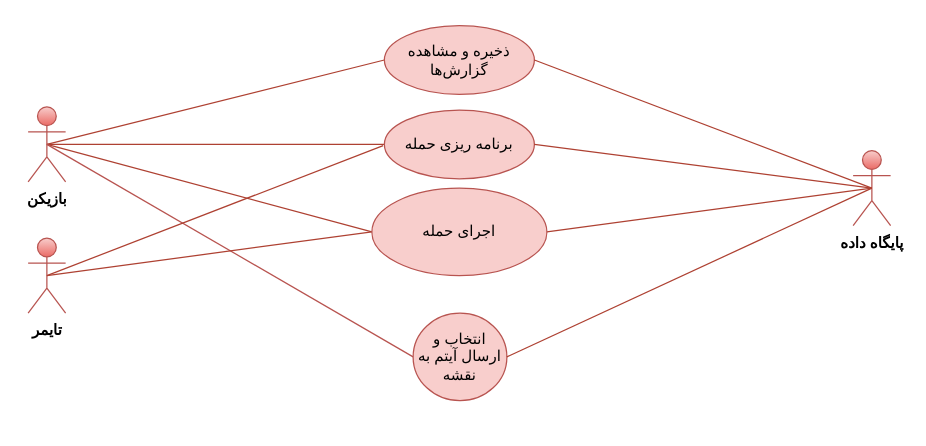
Pooria82/clash-of-clans keeps this draw.io diagram as Defense and Attack/Use Case Diagram.fa.drawio. Above is the earlier version. Source tidied: cells renumbered, new cells numbered last; positions are measured from the earlier drawing's top-left corner, leaving out a move shared by most shapes. Both pictures are drawn from the tidied source at 125%, with x=0, y=0 at pixel (28, 25).
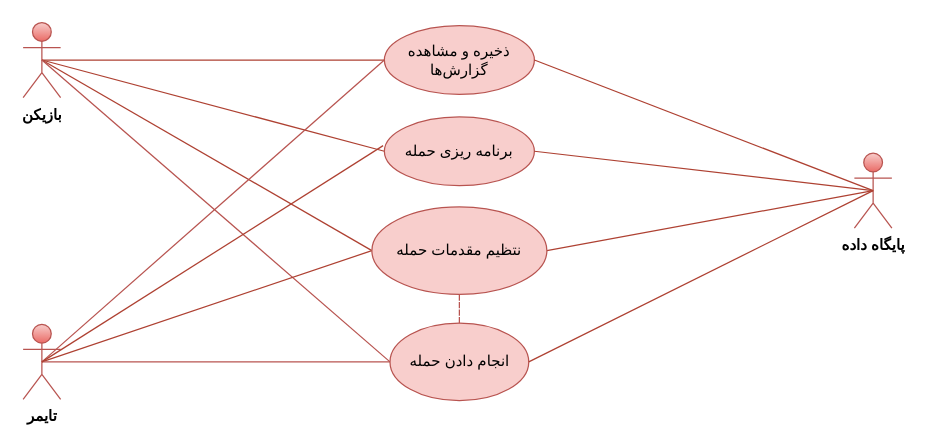
Above is the later version.

The change refers to these unchanged cells:
```xml
<mxCell id="9" value="ذخیره و مشاهده گزارش‌ها" style="ellipse;whiteSpace=wrap;html=1;fillColor=#f8cecc;strokeColor=#b85450;" parent="1" vertex="1">
  <mxGeometry x="285" width="120" height="55" as="geometry" />
</mxCell>
```

The edit, as a diff of the source:
```diff
@@
     <mxCell id="6" value="&lt;b&gt;بازیکن&lt;/b&gt;" style="shape=umlActor;verticalLabelPosition=bottom;verticalAlign=top;html=1;fillColor=#f8cecc;strokeColor=#b85450;gradientColor=#ea6b66;labelBackgroundColor=none;" parent="1" vertex="1">
-      <mxGeometry y="65" width="30" height="60" as="geometry" />
+      <mxGeometry x="-4" y="-2.5" width="30" height="60" as="geometry" />
     </mxCell>
     <mxCell id="7" value="&lt;b&gt;پایگاه داده&lt;/b&gt;" style="shape=umlActor;verticalLabelPosition=bottom;verticalAlign=top;html=1;fillColor=#f8cecc;strokeColor=#b85450;gradientColor=#ea6b66;labelBackgroundColor=none;" parent="1" vertex="1">
-      <mxGeometry x="660" y="100" width="30" height="60" as="geometry" />
+      <mxGeometry x="661" y="102" width="30" height="60" as="geometry" />
     </mxCell>
     <mxCell id="8" value="برنامه ریزی حمله" style="ellipse;whiteSpace=wrap;html=1;fillColor=#f8cecc;strokeColor=#b85450;" parent="1" vertex="1">
-      <mxGeometry x="285" y="67.5" width="120" height="55" as="geometry" />
+      <mxGeometry x="285" y="73" width="120" height="55" as="geometry" />
     </mxCell>
@@
+    <mxCell id="19" style="rounded=0;jettySize=auto;html=1;exitX=0.5;exitY=0.5;exitDx=0;exitDy=0;exitPerimeter=0;entryX=0;entryY=0.5;entryDx=0;entryDy=0;fillColor=#f8cecc;strokeColor=#b85450;endArrow=none;endFill=0;" parent="1" edge="1" source="11" target="12">
+      <mxGeometry relative="1" as="geometry" />
+    </mxCell>
+    <mxCell id="20" style="rounded=0;jettySize=auto;html=1;exitX=0.5;exitY=0.5;exitDx=0;exitDy=0;exitPerimeter=0;entryX=0;entryY=0.5;entryDx=0;entryDy=0;endArrow=none;endFill=0;fillColor=#f8cecc;strokeColor=#b85450;" parent="1" edge="1" source="11" target="9">
+      <mxGeometry relative="1" as="geometry" />
+    </mxCell>
     <mxCell id="11" value="&lt;b&gt;تایمر&lt;/b&gt;" style="shape=umlActor;verticalLabelPosition=bottom;verticalAlign=top;html=1;fillColor=#f8cecc;strokeColor=#b85450;gradientColor=#ea6b66;labelBackgroundColor=none;" parent="1" vertex="1">
-      <mxGeometry y="170" width="30" height="60" as="geometry" />
+      <mxGeometry x="-4" y="239" width="30" height="60" as="geometry" />
     </mxCell>
-    <mxCell id="12" value="انتخاب و ارسال آیتم به نقشه" style="ellipse;whiteSpace=wrap;html=1;fillColor=#f8cecc;strokeColor=#b85450;" parent="1" vertex="1">
-      <mxGeometry x="308" y="230" width="75" height="70" as="geometry" />
+    <mxCell id="12" value="&lt;span style=&quot;font-family: &amp;quot;B Nazanin&amp;quot;;&quot; dir=&quot;RTL&quot; lang=&quot;FA&quot;&gt;&lt;font&gt;انجام دادن حمله&lt;/font&gt;&lt;/span&gt;" style="ellipse;whiteSpace=wrap;html=1;fillColor=#f8cecc;strokeColor=#b85450;" parent="1" vertex="1">
+      <mxGeometry x="289.5" y="238" width="111" height="62" as="geometry" />
     </mxCell>
@@
+    <mxCell id="21" style="edgeStyle=orthogonalEdgeStyle;rounded=0;jettySize=auto;html=1;endArrow=none;endFill=0;fillColor=#f8cecc;strokeColor=#b85450;dashed=1;" parent="1" edge="1" source="17" target="12">
+      <mxGeometry relative="1" as="geometry" />
+    </mxCell>
-    <mxCell id="17" value="اجرای حمله" style="ellipse;whiteSpace=wrap;html=1;fillColor=#f8cecc;strokeColor=#b85450;" parent="1" vertex="1">
-      <mxGeometry x="275" y="130" width="140" height="70" as="geometry" />
+    <mxCell id="17" value="&lt;span style=&quot;line-height: 107%; font-family: Calibri, sans-serif;&quot; dir=&quot;RTL&quot; lang=&quot;FA&quot;&gt;&lt;font&gt;نتظیم مقدمات حمله&lt;/font&gt;&lt;/span&gt;" style="ellipse;whiteSpace=wrap;html=1;fillColor=#f8cecc;strokeColor=#b85450;" parent="1" vertex="1">
+      <mxGeometry x="275" y="145" width="140" height="70" as="geometry" />
     </mxCell>
```
